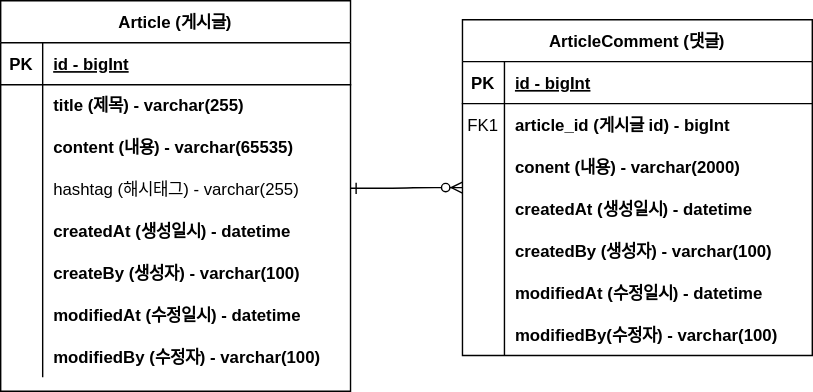
Earlier version of the draw.io export document/project-board-erd.svg (Ksohyeon/board-project). Source tidied: cells renumbered, new cells last; positions are measured from the earlier drawing's top-left corner, leaving out a move shared by most shapes.
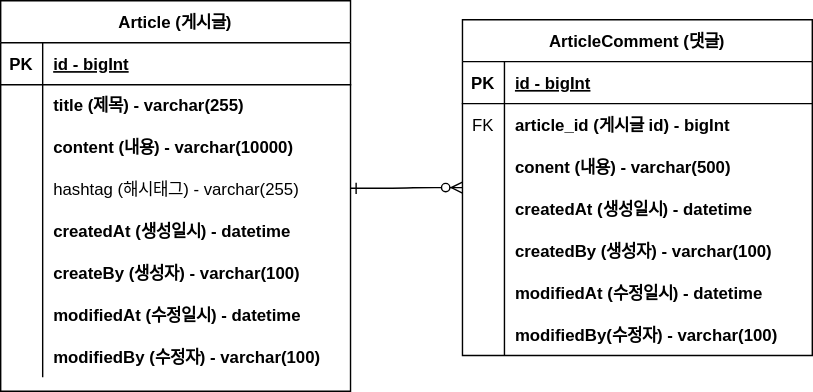
Later version of the same file.

Commit message:
#12 - erd 업데이트

Diff of the diagram source:
```diff
@@ -20,7 +20,7 @@
     <mxCell id="7" style="shape=partialRectangle;fillColor=none;top=0;left=0;right=0;bottom=0;" parent="3" vertex="1">
       <mxGeometry y="60" width="250" height="30" as="geometry" />
     </mxCell>
-    <mxCell id="8" value="FK1" style="shape=partialRectangle;overflow=hidden;fillColor=none;top=0;left=0;bottom=0;right=0;" parent="7" vertex="1">
+    <mxCell id="8" value="FK" style="shape=partialRectangle;overflow=hidden;fillColor=none;top=0;left=0;bottom=0;right=0;" parent="7" vertex="1">
       <mxGeometry width="30" height="30" as="geometry" />
     </mxCell>
     <mxCell id="9" value="article_id (게시글 id) - bigInt" style="shape=partialRectangle;overflow=hidden;fillColor=none;top=0;left=0;bottom=0;right=0;align=left;spacingLeft=6;fontStyle=1;" parent="7" vertex="1">
@@ -32,7 +32,7 @@
     <mxCell id="11" style="shape=partialRectangle;overflow=hidden;fillColor=none;top=0;left=0;bottom=0;right=0;" parent="10" vertex="1">
       <mxGeometry width="30" height="30" as="geometry" />
     </mxCell>
-    <mxCell id="12" value="conent (내용) - varchar(2000)" style="shape=partialRectangle;overflow=hidden;fillColor=none;top=0;left=0;bottom=0;right=0;align=left;spacingLeft=6;fontStyle=1;" parent="10" vertex="1">
+    <mxCell id="12" value="conent (내용) - varchar(500)" style="shape=partialRectangle;overflow=hidden;fillColor=none;top=0;left=0;bottom=0;right=0;align=left;spacingLeft=6;fontStyle=1;" parent="10" vertex="1">
       <mxGeometry x="30" width="220" height="30" as="geometry" />
     </mxCell>
     <mxCell id="13" style="shape=partialRectangle;fillColor=none;top=0;left=0;right=0;bottom=0;" parent="3" vertex="1">
@@ -98,7 +98,7 @@
     <mxCell id="33" style="shape=partialRectangle;overflow=hidden;fillColor=none;top=0;left=0;bottom=0;right=0;" parent="32" vertex="1">
       <mxGeometry width="30" height="30" as="geometry" />
     </mxCell>
-    <mxCell id="34" value="content (내용) - varchar(65535)" style="shape=partialRectangle;overflow=hidden;fillColor=none;top=0;left=0;bottom=0;right=0;align=left;spacingLeft=6;fontStyle=1;" parent="32" vertex="1">
+    <mxCell id="34" value="content (내용) - varchar(10000)" style="shape=partialRectangle;overflow=hidden;fillColor=none;top=0;left=0;bottom=0;right=0;align=left;spacingLeft=6;fontStyle=1;" parent="32" vertex="1">
       <mxGeometry x="30" width="220" height="30" as="geometry" />
     </mxCell>
     <mxCell id="35" style="shape=partialRectangle;fillColor=none;points=[[0,0.5],[1,0.5]];portConstraint=eastwest;top=0;left=0;right=0;bottom=0;" parent="25" vertex="1">
```
